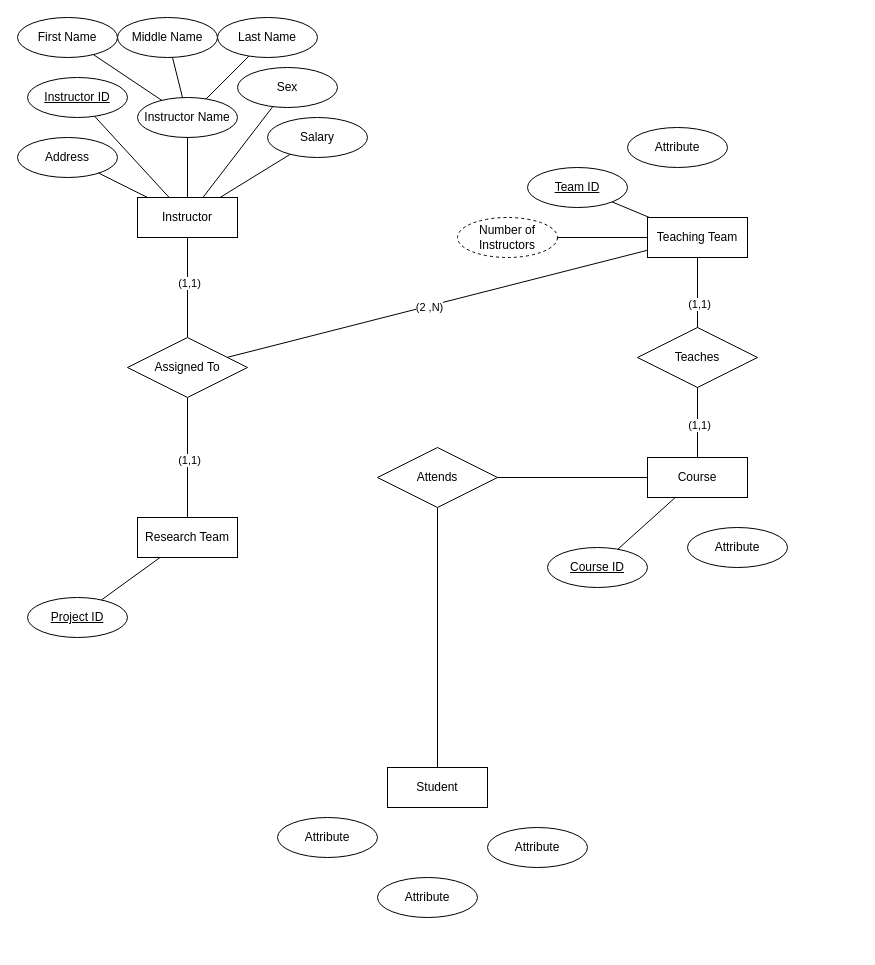
Above: Assignment-1.drawio in SageCreations/COSC4336-ERDs (draw.io), before the change. Source tidied: cells renumbered, new cells numbered last; positions are measured from the earlier drawing's top-left corner, leaving out a move shared by most shapes. Both pictures are drawn from the tidied source at 100%, with x=0, y=0 at pixel (17, 17).
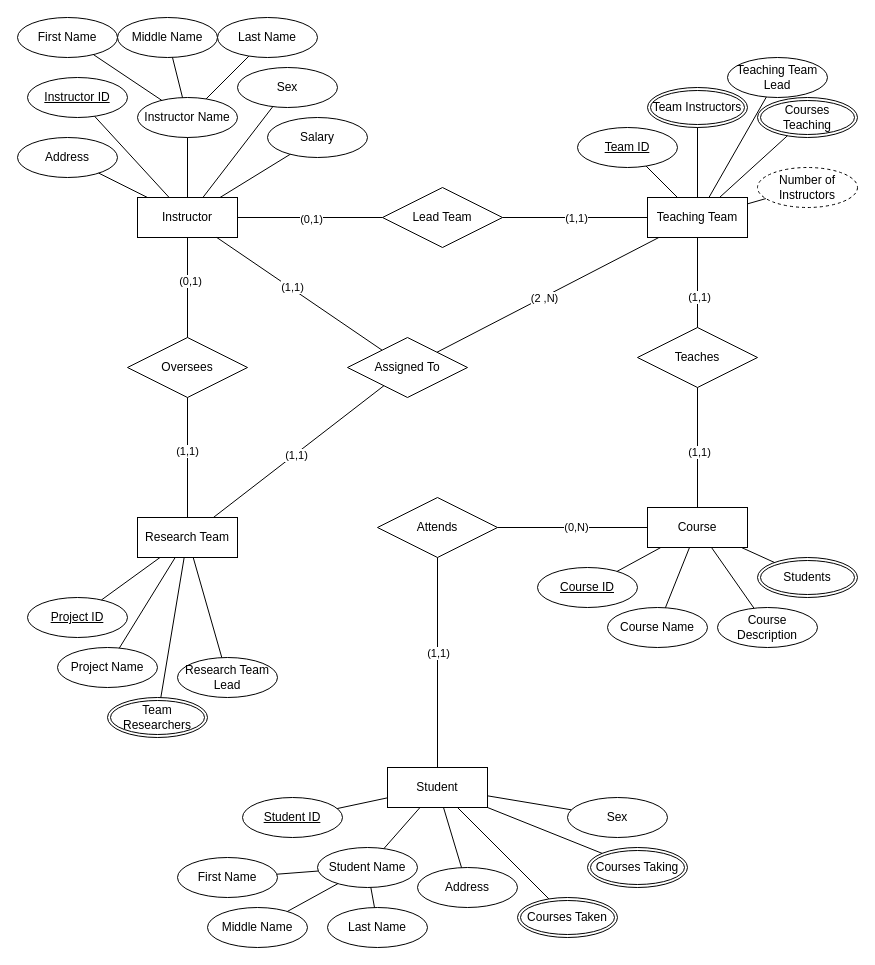
The same page after the edit.

Unchanged cells that the change refers to:
```xml
<mxCell id="2" value="Instructor" style="whiteSpace=wrap;html=1;align=center;" parent="1" vertex="1">
  <mxGeometry x="120" y="180" width="100" height="40" as="geometry" />
</mxCell>
<mxCell id="3" value="Student" style="whiteSpace=wrap;html=1;align=center;" parent="1" vertex="1">
  <mxGeometry x="370" y="750" width="100" height="40" as="geometry" />
</mxCell>
<mxCell id="5" value="Research Team" style="whiteSpace=wrap;html=1;align=center;" parent="1" vertex="1">
  <mxGeometry x="120" y="500" width="100" height="40" as="geometry" />
</mxCell>
<mxCell id="44" style="endArrow=none;html=1;rounded=0;" parent="1" edge="1" source="43" target="6">
  <mxGeometry relative="1" as="geometry" />
</mxCell>
<mxCell id="45" style="endArrow=none;html=1;rounded=0;" parent="1" edge="1" source="43" target="3">
  <mxGeometry relative="1" as="geometry" />
</mxCell>
```

What changed in the source:
```diff
@@
     <mxCell id="4" value="Teaching Team" style="whiteSpace=wrap;html=1;align=center;" parent="1" vertex="1">
-      <mxGeometry x="630" y="200" width="100" height="40" as="geometry" />
+      <mxGeometry x="630" y="180" width="100" height="40" as="geometry" />
     </mxCell>
@@
     <mxCell id="6" value="Course" style="whiteSpace=wrap;html=1;align=center;" parent="1" vertex="1">
-      <mxGeometry x="630" y="440" width="100" height="40" as="geometry" />
+      <mxGeometry x="630" y="490" width="100" height="40" as="geometry" />
     </mxCell>
@@
     <mxCell id="9" value="Assigned To" style="shape=rhombus;perimeter=rhombusPerimeter;whiteSpace=wrap;html=1;align=center;" parent="1" vertex="1">
-      <mxGeometry x="110" y="320" width="120" height="60" as="geometry" />
+      <mxGeometry x="330" y="320" width="120" height="60" as="geometry" />
     </mxCell>
@@
     <mxCell id="19" value="Number of Instructors" style="ellipse;whiteSpace=wrap;html=1;align=center;dashed=1;" parent="1" vertex="1">
-      <mxGeometry x="440" y="200" width="100" height="40" as="geometry" />
+      <mxGeometry x="740" y="150" width="100" height="40" as="geometry" />
     </mxCell>
@@
     <mxCell id="24" value="Team ID" style="ellipse;whiteSpace=wrap;html=1;align=center;fontStyle=4;" parent="1" vertex="1">
-      <mxGeometry x="510" y="150" width="100" height="40" as="geometry" />
+      <mxGeometry x="560" y="110" width="100" height="40" as="geometry" />
     </mxCell>
@@
     <mxCell id="28" value="Course ID" style="ellipse;whiteSpace=wrap;html=1;align=center;fontStyle=4;" parent="1" vertex="1">
-      <mxGeometry x="530" y="530" width="100" height="40" as="geometry" />
+      <mxGeometry x="520" y="550" width="100" height="40" as="geometry" />
     </mxCell>
@@
     <mxCell id="43" value="Attends" style="shape=rhombus;perimeter=rhombusPerimeter;whiteSpace=wrap;html=1;align=center;" parent="1" vertex="1">
-      <mxGeometry x="360" y="430" width="120" height="60" as="geometry" />
+      <mxGeometry x="360" y="480" width="120" height="60" as="geometry" />
     </mxCell>
@@
+    <mxCell id="51" value="(0,N)" style="edgeLabel;html=1;align=center;verticalAlign=middle;" parent="44" vertex="1">
+      <mxGeometry x="0.04" y="1" relative="1" as="geometry" />
+    </mxCell>
@@
+    <mxCell id="52" value="(1,1)" style="edgeLabel;html=1;align=center;verticalAlign=middle;" parent="45" vertex="1">
+      <mxGeometry x="-0.1" relative="1" as="geometry" />
+    </mxCell>
-    <mxCell id="46" value="Attribute" style="ellipse;whiteSpace=wrap;html=1;align=center;" parent="1" vertex="1">
-      <mxGeometry x="670" y="510" width="100" height="40" as="geometry" />
+    <mxCell id="46" value="Course Name" style="ellipse;whiteSpace=wrap;html=1;align=center;" parent="1" vertex="1">
+      <mxGeometry x="590" y="590" width="100" height="40" as="geometry" />
     </mxCell>
-    <mxCell id="47" value="Attribute" style="ellipse;whiteSpace=wrap;html=1;align=center;" parent="1" vertex="1">
-      <mxGeometry x="360" y="860" width="100" height="40" as="geometry" />
+    <mxCell id="47" value="Address" style="ellipse;whiteSpace=wrap;html=1;align=center;" parent="1" vertex="1">
+      <mxGeometry x="400" y="850" width="100" height="40" as="geometry" />
     </mxCell>
-    <mxCell id="48" value="Attribute" style="ellipse;whiteSpace=wrap;html=1;align=center;" parent="1" vertex="1">
-      <mxGeometry x="260" y="800" width="100" height="40" as="geometry" />
+    <mxCell id="48" value="Student Name" style="ellipse;whiteSpace=wrap;html=1;align=center;" parent="1" vertex="1">
+      <mxGeometry x="300" y="830" width="100" height="40" as="geometry" />
     </mxCell>
-    <mxCell id="49" value="Attribute" style="ellipse;whiteSpace=wrap;html=1;align=center;" parent="1" vertex="1">
-      <mxGeometry x="470" y="810" width="100" height="40" as="geometry" />
+    <mxCell id="49" value="Sex" style="ellipse;whiteSpace=wrap;html=1;align=center;" parent="1" vertex="1">
+      <mxGeometry x="550" y="780" width="100" height="40" as="geometry" />
     </mxCell>
-    <mxCell id="50" value="Attribute" style="ellipse;whiteSpace=wrap;html=1;align=center;" parent="1" vertex="1">
-      <mxGeometry x="610" y="110" width="100" height="40" as="geometry" />
-    </mxCell>
+    <mxCell id="53" style="endArrow=none;html=1;rounded=0;" parent="1" edge="1" source="6" target="46">
+      <mxGeometry relative="1" as="geometry" />
+    </mxCell>
+    <mxCell id="54" style="endArrow=none;html=1;rounded=0;" parent="1" edge="1" source="6" target="55">
+      <mxGeometry relative="1" as="geometry" />
+    </mxCell>
+    <mxCell id="55" value="Course Description" style="ellipse;whiteSpace=wrap;html=1;align=center;" parent="1" vertex="1">
+      <mxGeometry x="700" y="590" width="100" height="40" as="geometry" />
+    </mxCell>
+    <mxCell id="56" value="Courses Teaching" style="ellipse;shape=doubleEllipse;margin=3;whiteSpace=wrap;html=1;align=center;" parent="1" vertex="1">
+      <mxGeometry x="740" y="80" width="100" height="40" as="geometry" />
+    </mxCell>
+    <mxCell id="57" style="endArrow=none;html=1;rounded=0;" parent="1" edge="1" source="56" target="4">
+      <mxGeometry relative="1" as="geometry" />
+    </mxCell>
+    <mxCell id="58" value="Students" style="ellipse;shape=doubleEllipse;margin=3;whiteSpace=wrap;html=1;align=center;" parent="1" vertex="1">
+      <mxGeometry x="740" y="540" width="100" height="40" as="geometry" />
+    </mxCell>
+    <mxCell id="59" style="endArrow=none;html=1;rounded=0;" parent="1" edge="1" source="6" target="58">
+      <mxGeometry relative="1" as="geometry" />
+    </mxCell>
+    <mxCell id="60" value="Student ID" style="ellipse;whiteSpace=wrap;html=1;align=center;fontStyle=4;" parent="1" vertex="1">
+      <mxGeometry x="225" y="780" width="100" height="40" as="geometry" />
+    </mxCell>
+    <mxCell id="61" style="endArrow=none;html=1;rounded=0;" parent="1" edge="1" source="60" target="3">
+      <mxGeometry relative="1" as="geometry" />
+    </mxCell>
+    <mxCell id="62" style="endArrow=none;html=1;rounded=0;" parent="1" edge="1" source="48" target="3">
+      <mxGeometry relative="1" as="geometry" />
+    </mxCell>
+    <mxCell id="63" style="endArrow=none;html=1;rounded=0;" parent="1" edge="1" source="3" target="47">
+      <mxGeometry relative="1" as="geometry" />
+    </mxCell>
+    <mxCell id="64" style="endArrow=none;html=1;rounded=0;" parent="1" edge="1" source="3" target="49">
+      <mxGeometry relative="1" as="geometry" />
+    </mxCell>
+    <mxCell id="65" style="endArrow=none;html=1;rounded=0;" parent="1" edge="1" source="66" target="48">
+      <mxGeometry relative="1" as="geometry" />
+    </mxCell>
+    <mxCell id="66" value="First Name" style="ellipse;whiteSpace=wrap;html=1;align=center;" parent="1" vertex="1">
+      <mxGeometry x="160" y="840" width="100" height="40" as="geometry" />
+    </mxCell>
+    <mxCell id="67" value="Middle Name" style="ellipse;whiteSpace=wrap;html=1;align=center;" parent="1" vertex="1">
+      <mxGeometry x="190" y="890" width="100" height="40" as="geometry" />
+    </mxCell>
+    <mxCell id="68" value="Last Name" style="ellipse;whiteSpace=wrap;html=1;align=center;" parent="1" vertex="1">
+      <mxGeometry x="310" y="890" width="100" height="40" as="geometry" />
+    </mxCell>
+    <mxCell id="69" style="endArrow=none;html=1;rounded=0;" parent="1" edge="1" source="67" target="48">
+      <mxGeometry relative="1" as="geometry" />
+    </mxCell>
+    <mxCell id="70" style="endArrow=none;html=1;rounded=0;" parent="1" edge="1" source="68" target="48">
+      <mxGeometry relative="1" as="geometry" />
+    </mxCell>
+    <mxCell id="71" value="Team Instructors" style="ellipse;shape=doubleEllipse;margin=3;whiteSpace=wrap;html=1;align=center;" parent="1" vertex="1">
+      <mxGeometry x="630" y="70" width="100" height="40" as="geometry" />
+    </mxCell>
+    <mxCell id="72" style="endArrow=none;html=1;rounded=0;" parent="1" edge="1" source="71" target="4">
+      <mxGeometry relative="1" as="geometry" />
+    </mxCell>
+    <mxCell id="73" value="Project Name" style="ellipse;whiteSpace=wrap;html=1;align=center;" parent="1" vertex="1">
+      <mxGeometry x="40" y="630" width="100" height="40" as="geometry" />
+    </mxCell>
+    <mxCell id="74" style="endArrow=none;html=1;rounded=0;" parent="1" edge="1" source="73" target="5">
+      <mxGeometry relative="1" as="geometry" />
+    </mxCell>
+    <mxCell id="75" value="Team Researchers" style="ellipse;shape=doubleEllipse;margin=3;whiteSpace=wrap;html=1;align=center;" parent="1" vertex="1">
+      <mxGeometry x="90" y="680" width="100" height="40" as="geometry" />
+    </mxCell>
+    <mxCell id="76" style="endArrow=none;html=1;rounded=0;" parent="1" edge="1" source="5" target="75">
+      <mxGeometry relative="1" as="geometry" />
+    </mxCell>
+    <mxCell id="77" value="Teaching Team Lead" style="ellipse;whiteSpace=wrap;html=1;align=center;" parent="1" vertex="1">
+      <mxGeometry x="710" y="40" width="100" height="40" as="geometry" />
+    </mxCell>
+    <mxCell id="78" value="Research Team Lead" style="ellipse;whiteSpace=wrap;html=1;align=center;" parent="1" vertex="1">
+      <mxGeometry x="160" y="640" width="100" height="40" as="geometry" />
+    </mxCell>
+    <mxCell id="79" style="endArrow=none;html=1;rounded=0;" parent="1" edge="1" source="5" target="78">
+      <mxGeometry relative="1" as="geometry" />
+    </mxCell>
+    <mxCell id="80" style="endArrow=none;html=1;rounded=0;" parent="1" edge="1" source="4" target="77">
+      <mxGeometry relative="1" as="geometry" />
+    </mxCell>
+    <mxCell id="81" value="Oversees" style="shape=rhombus;perimeter=rhombusPerimeter;whiteSpace=wrap;html=1;align=center;" parent="1" vertex="1">
+      <mxGeometry x="110" y="320" width="120" height="60" as="geometry" />
+    </mxCell>
+    <mxCell id="82" style="endArrow=none;html=1;rounded=0;" parent="1" edge="1" source="81" target="2">
+      <mxGeometry relative="1" as="geometry" />
+    </mxCell>
+    <mxCell id="83" value="(0,1)" style="edgeLabel;html=1;align=center;verticalAlign=middle;" parent="82" vertex="1">
+      <mxGeometry x="-0.03" y="-2" relative="1" as="geometry">
+        <mxPoint y="-8" as="offset" />
+      </mxGeometry>
+    </mxCell>
+    <mxCell id="84" style="endArrow=none;html=1;rounded=0;" parent="1" edge="1" source="81" target="5">
+      <mxGeometry relative="1" as="geometry" />
+    </mxCell>
+    <mxCell id="85" value="(1,1)" style="edgeLabel;html=1;align=center;verticalAlign=middle;" parent="84" vertex="1">
+      <mxGeometry x="-0.11" y="-1" relative="1" as="geometry" />
+    </mxCell>
+    <mxCell id="86" value="Lead Team" style="shape=rhombus;perimeter=rhombusPerimeter;whiteSpace=wrap;html=1;align=center;" parent="1" vertex="1">
+      <mxGeometry x="365" y="170" width="120" height="60" as="geometry" />
+    </mxCell>
+    <mxCell id="87" style="endArrow=none;html=1;rounded=0;" parent="1" edge="1" source="2" target="86">
+      <mxGeometry relative="1" as="geometry" />
+    </mxCell>
+    <mxCell id="88" value="(0,1)" style="edgeLabel;html=1;align=center;verticalAlign=middle;" parent="87" vertex="1">
+      <mxGeometry y="-1" relative="1" as="geometry" />
+    </mxCell>
+    <mxCell id="89" style="endArrow=none;html=1;rounded=0;" parent="1" edge="1" source="86" target="4">
+      <mxGeometry relative="1" as="geometry" />
+    </mxCell>
+    <mxCell id="90" value="(1,1)" style="edgeLabel;html=1;align=center;verticalAlign=middle;" parent="89" vertex="1">
+      <mxGeometry x="0.01" relative="1" as="geometry" />
+    </mxCell>
+    <mxCell id="91" value="Courses Taking" style="ellipse;shape=doubleEllipse;margin=3;whiteSpace=wrap;html=1;align=center;" parent="1" vertex="1">
+      <mxGeometry x="570" y="830" width="100" height="40" as="geometry" />
+    </mxCell>
+    <mxCell id="92" style="endArrow=none;html=1;rounded=0;" parent="1" edge="1" source="3" target="91">
+      <mxGeometry relative="1" as="geometry" />
+    </mxCell>
+    <mxCell id="93" value="Courses Taken" style="ellipse;shape=doubleEllipse;margin=3;whiteSpace=wrap;html=1;align=center;" parent="1" vertex="1">
+      <mxGeometry x="500" y="880" width="100" height="40" as="geometry" />
+    </mxCell>
+    <mxCell id="94" style="endArrow=none;html=1;rounded=0;" parent="1" edge="1" source="3" target="93">
+      <mxGeometry relative="1" as="geometry" />
+    </mxCell>
```
